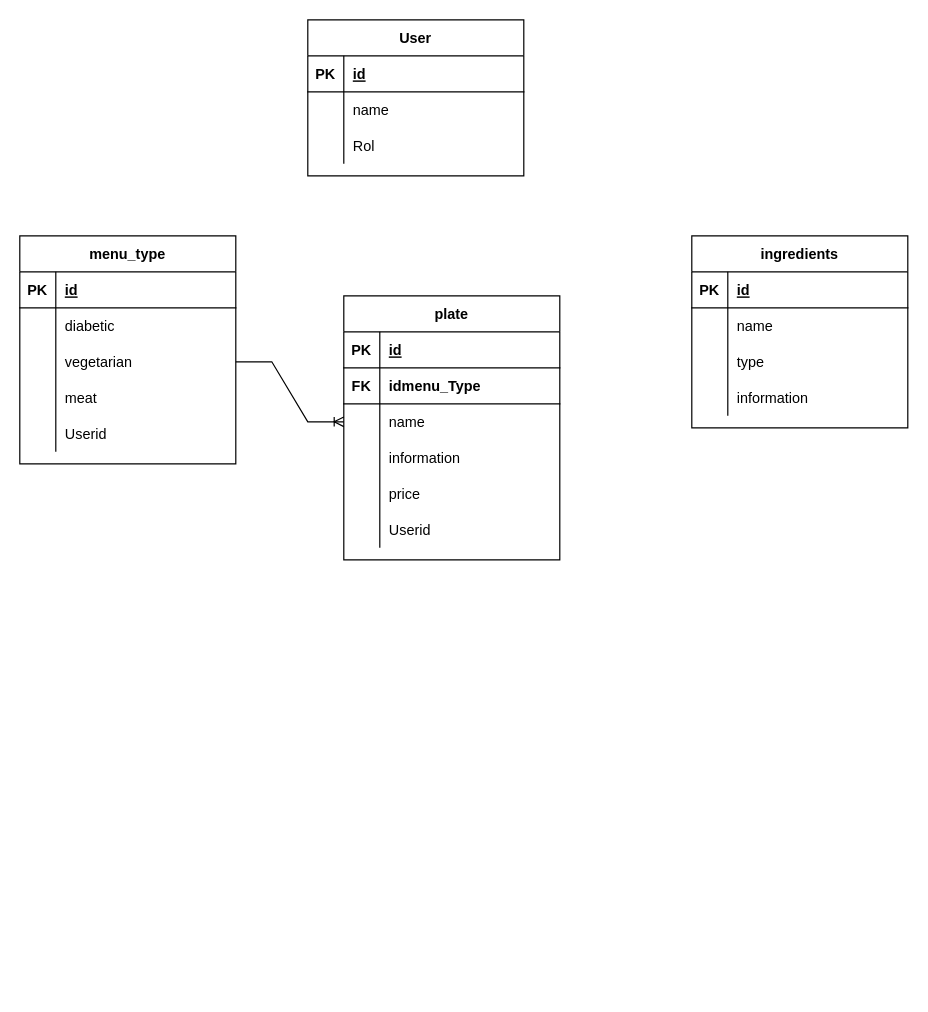
poolextremo/programaci-n-3 keeps this draw.io diagram as diagrama/Untitled Diagram.drawio. Above is the earlier version. Source tidied: cells renumbered, new cells numbered last; positions are measured from the earlier drawing's top-left corner, leaving out a move shared by most shapes. Both pictures are drawn from the tidied source at 120%, with x=0, y=0 at pixel (19, 19).
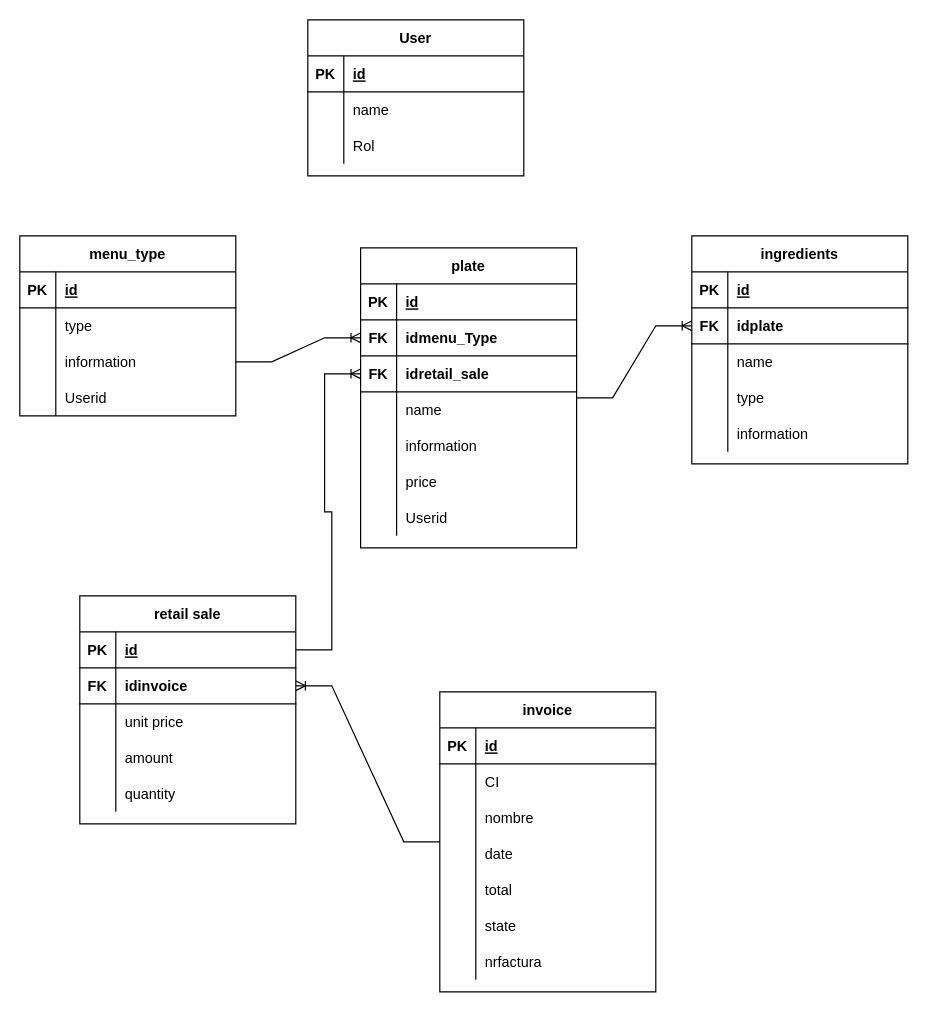
After the change.

Unchanged cells that the change refers to:
```xml
<mxCell id="16" style="shape=tableRow;horizontal=0;startSize=0;swimlaneHead=0;swimlaneBody=0;fillColor=none;top=0;left=0;right=0;bottom=0;" parent="12" vertex="1">
  <mxGeometry y="60" width="180" height="30" as="geometry" />
</mxCell>
<mxCell id="19" style="shape=tableRow;horizontal=0;startSize=0;swimlaneHead=0;swimlaneBody=0;fillColor=none;points=[[0,0.5],[1,0.5]];portConstraint=eastwest;top=0;left=0;right=0;bottom=0;" parent="12" vertex="1">
  <mxGeometry y="90" width="180" height="30" as="geometry" />
</mxCell>
<mxCell id="32" style="shape=tableRow;horizontal=0;startSize=0;swimlaneHead=0;swimlaneBody=0;fillColor=none;points=[[0,0.5],[1,0.5]];portConstraint=eastwest;top=0;left=0;right=0;bottom=1;" parent="28" vertex="1">
  <mxGeometry y="60" width="180" height="30" as="geometry" />
</mxCell>
```

The edit, as a diff of the source:
```diff
@@
     <mxCell id="12" value="menu_type" style="shape=table;startSize=30;childLayout=tableLayout;rowLines=0;fontStyle=1;align=center;" parent="1" vertex="1">
-      <mxGeometry y="180" width="180" height="190" as="geometry" />
+      <mxGeometry y="180" width="180" height="150" as="geometry" />
     </mxCell>
@@
-    <mxCell id="18" value="diabetic" style="shape=partialRectangle;fillColor=none;top=0;left=0;bottom=0;right=0;align=left;spacingLeft=6;overflow=hidden;" parent="16" vertex="1">
+    <mxCell id="18" value="type" style="shape=partialRectangle;fillColor=none;top=0;left=0;bottom=0;right=0;align=left;spacingLeft=6;overflow=hidden;" parent="16" vertex="1">
       <mxGeometry x="30" width="150" height="30" as="geometry" />
     </mxCell>
@@
-    <mxCell id="21" value="vegetarian" style="shape=partialRectangle;fillColor=none;top=0;left=0;bottom=0;right=0;align=left;spacingLeft=6;overflow=hidden;" parent="19" vertex="1">
+    <mxCell id="21" value="information" style="shape=partialRectangle;fillColor=none;top=0;left=0;bottom=0;right=0;align=left;spacingLeft=6;overflow=hidden;" parent="19" vertex="1">
       <mxGeometry x="30" width="150" height="30" as="geometry" />
     </mxCell>
-    <mxCell id="22" style="shape=tableRow;horizontal=0;startSize=0;swimlaneHead=0;swimlaneBody=0;fillColor=none;top=0;left=0;right=0;bottom=0;" parent="12" vertex="1">
-      <mxGeometry y="120" width="180" height="30" as="geometry" />
-    </mxCell>
-    <mxCell id="23" style="shape=partialRectangle;fillColor=none;top=0;left=0;bottom=0;right=0;overflow=hidden;" parent="22" vertex="1">
-      <mxGeometry width="30" height="30" as="geometry" />
-    </mxCell>
-    <mxCell id="24" value="meat" style="shape=partialRectangle;fillColor=none;top=0;left=0;bottom=0;right=0;align=left;spacingLeft=6;overflow=hidden;" parent="22" vertex="1">
-      <mxGeometry x="30" width="150" height="30" as="geometry" />
-    </mxCell>
     <mxCell id="25" style="shape=tableRow;horizontal=0;startSize=0;swimlaneHead=0;swimlaneBody=0;fillColor=none;top=0;left=0;right=0;bottom=0;" parent="12" vertex="1">
-      <mxGeometry y="150" width="180" height="30" as="geometry" />
+      <mxGeometry y="120" width="180" height="30" as="geometry" />
     </mxCell>
@@
     <mxCell id="28" value="plate" style="shape=table;startSize=30;childLayout=tableLayout;rowLines=0;fontStyle=1;align=center;" parent="1" vertex="1">
-      <mxGeometry x="270" y="230" width="180" height="220" as="geometry" />
+      <mxGeometry x="284" y="190" width="180" height="250" as="geometry" />
     </mxCell>
@@
+    <mxCell id="61" style="shape=tableRow;horizontal=0;startSize=0;swimlaneHead=0;swimlaneBody=0;fillColor=none;points=[[0,0.5],[1,0.5]];portConstraint=eastwest;top=0;left=0;right=0;bottom=1;" parent="28" vertex="1">
+      <mxGeometry y="90" width="180" height="30" as="geometry" />
+    </mxCell>
+    <mxCell id="62" value="FK" style="shape=partialRectangle;fillColor=none;top=0;left=0;bottom=0;right=0;fontStyle=1;overflow=hidden;" parent="61" vertex="1">
+      <mxGeometry width="30" height="30" as="geometry" />
+    </mxCell>
+    <mxCell id="63" value="idretail_sale" style="shape=partialRectangle;fillColor=none;top=0;left=0;bottom=0;right=0;align=left;spacingLeft=6;fontStyle=1;overflow=hidden;" parent="61" vertex="1">
+      <mxGeometry x="30" width="150" height="30" as="geometry" />
+    </mxCell>
     <mxCell id="35" style="shape=tableRow;horizontal=0;startSize=0;swimlaneHead=0;swimlaneBody=0;fillColor=none;points=[[0,0.5],[1,0.5]];portConstraint=eastwest;top=0;left=0;right=0;bottom=0;" parent="28" vertex="1">
-      <mxGeometry y="90" width="180" height="30" as="geometry" />
+      <mxGeometry y="120" width="180" height="30" as="geometry" />
     </mxCell>
@@
     <mxCell id="38" style="shape=tableRow;horizontal=0;startSize=0;swimlaneHead=0;swimlaneBody=0;fillColor=none;top=0;left=0;right=0;bottom=0;" parent="28" vertex="1">
-      <mxGeometry y="120" width="180" height="30" as="geometry" />
+      <mxGeometry y="150" width="180" height="30" as="geometry" />
     </mxCell>
@@
     <mxCell id="41" style="shape=tableRow;horizontal=0;startSize=0;swimlaneHead=0;swimlaneBody=0;fillColor=none;top=0;left=0;right=0;bottom=0;" parent="28" vertex="1">
-      <mxGeometry y="150" width="180" height="30" as="geometry" />
+      <mxGeometry y="180" width="180" height="30" as="geometry" />
     </mxCell>
@@
     <mxCell id="44" style="shape=tableRow;horizontal=0;startSize=0;swimlaneHead=0;swimlaneBody=0;fillColor=none;top=0;left=0;right=0;bottom=0;" parent="28" vertex="1">
-      <mxGeometry y="180" width="180" height="30" as="geometry" />
+      <mxGeometry y="210" width="180" height="30" as="geometry" />
     </mxCell>
@@
     <mxCell id="47" value="ingredients" style="shape=table;startSize=30;childLayout=tableLayout;rowLines=0;fontStyle=1;align=center;" parent="1" vertex="1">
-      <mxGeometry x="560" y="180" width="180" height="160" as="geometry" />
+      <mxGeometry x="560" y="180" width="180" height="190" as="geometry" />
     </mxCell>
@@
+    <mxCell id="64" style="shape=tableRow;horizontal=0;startSize=0;swimlaneHead=0;swimlaneBody=0;fillColor=none;points=[[0,0.5],[1,0.5]];portConstraint=eastwest;top=0;left=0;right=0;bottom=1;" parent="47" vertex="1">
+      <mxGeometry y="60" width="180" height="30" as="geometry" />
+    </mxCell>
+    <mxCell id="65" value="FK" style="shape=partialRectangle;fillColor=none;top=0;left=0;bottom=0;right=0;fontStyle=1;overflow=hidden;" parent="64" vertex="1">
+      <mxGeometry width="30" height="30" as="geometry" />
+    </mxCell>
+    <mxCell id="66" value="idplate" style="shape=partialRectangle;fillColor=none;top=0;left=0;bottom=0;right=0;align=left;spacingLeft=6;fontStyle=1;overflow=hidden;" parent="64" vertex="1">
+      <mxGeometry x="30" width="150" height="30" as="geometry" />
+    </mxCell>
     <mxCell id="51" style="shape=tableRow;horizontal=0;startSize=0;swimlaneHead=0;swimlaneBody=0;fillColor=none;top=0;left=0;right=0;bottom=0;" parent="47" vertex="1">
-      <mxGeometry y="60" width="180" height="30" as="geometry" />
+      <mxGeometry y="90" width="180" height="30" as="geometry" />
     </mxCell>
@@
     <mxCell id="54" style="shape=tableRow;horizontal=0;startSize=0;swimlaneHead=0;swimlaneBody=0;fillColor=none;top=0;left=0;right=0;bottom=0;" parent="47" vertex="1">
-      <mxGeometry y="90" width="180" height="30" as="geometry" />
+      <mxGeometry y="120" width="180" height="30" as="geometry" />
     </mxCell>
@@
     <mxCell id="57" style="shape=tableRow;horizontal=0;startSize=0;swimlaneHead=0;swimlaneBody=0;fillColor=none;top=0;left=0;right=0;bottom=0;" parent="47" vertex="1">
-      <mxGeometry y="120" width="180" height="30" as="geometry" />
+      <mxGeometry y="150" width="180" height="30" as="geometry" />
     </mxCell>
@@
-    <mxCell id="60" style="edgeStyle=entityRelationEdgeStyle;fontSize=12;html=1;endArrow=ERoneToMany;rounded=0;exitX=1;exitY=0.5;exitDx=0;exitDy=0;entryX=0;entryY=0.5;entryDx=0;entryDy=0;" parent="1" edge="1" source="19" target="35">
+    <mxCell id="60" style="edgeStyle=entityRelationEdgeStyle;fontSize=12;html=1;endArrow=ERoneToMany;rounded=0;exitX=1;exitY=0.5;exitDx=0;exitDy=0;" parent="1" edge="1" source="19" target="32">
       <mxGeometry relative="1" as="geometry" />
     </mxCell>
+    <mxCell id="67" style="edgeStyle=entityRelationEdgeStyle;fontSize=12;html=1;endArrow=ERoneToMany;rounded=0;entryX=0;entryY=0.5;entryDx=0;entryDy=0;" parent="1" edge="1" source="28" target="64">
+      <mxGeometry relative="1" as="geometry" />
+    </mxCell>
+    <mxCell id="68" value="retail sale" style="shape=table;startSize=30;childLayout=tableLayout;rowLines=0;fontStyle=1;align=center;" parent="1" vertex="1">
+      <mxGeometry x="50" y="480" width="180" height="190" as="geometry" />
+    </mxCell>
+    <mxCell id="69" style="shape=tableRow;horizontal=0;startSize=0;swimlaneHead=0;swimlaneBody=0;fillColor=none;points=[[0,0.5],[1,0.5]];portConstraint=eastwest;top=0;left=0;right=0;bottom=1;" parent="68" vertex="1">
+      <mxGeometry y="30" width="180" height="30" as="geometry" />
+    </mxCell>
+    <mxCell id="70" value="PK" style="shape=partialRectangle;fillColor=none;top=0;left=0;bottom=0;right=0;fontStyle=1;overflow=hidden;" parent="69" vertex="1">
+      <mxGeometry width="30" height="30" as="geometry" />
+    </mxCell>
+    <mxCell id="71" value="id" style="shape=partialRectangle;fillColor=none;top=0;left=0;bottom=0;right=0;align=left;spacingLeft=6;fontStyle=5;overflow=hidden;" parent="69" vertex="1">
+      <mxGeometry x="30" width="150" height="30" as="geometry" />
+    </mxCell>
+    <mxCell id="72" style="shape=tableRow;horizontal=0;startSize=0;swimlaneHead=0;swimlaneBody=0;fillColor=none;points=[[0,0.5],[1,0.5]];portConstraint=eastwest;top=0;left=0;right=0;bottom=1;" parent="68" vertex="1">
+      <mxGeometry y="60" width="180" height="30" as="geometry" />
+    </mxCell>
+    <mxCell id="73" value="FK" style="shape=partialRectangle;fillColor=none;top=0;left=0;bottom=0;right=0;fontStyle=1;overflow=hidden;" parent="72" vertex="1">
+      <mxGeometry width="30" height="30" as="geometry" />
+    </mxCell>
+    <mxCell id="74" value="idinvoice" style="shape=partialRectangle;fillColor=none;top=0;left=0;bottom=0;right=0;align=left;spacingLeft=6;fontStyle=1;overflow=hidden;" parent="72" vertex="1">
+      <mxGeometry x="30" width="150" height="30" as="geometry" />
+    </mxCell>
+    <mxCell id="75" style="shape=tableRow;horizontal=0;startSize=0;swimlaneHead=0;swimlaneBody=0;fillColor=none;top=0;left=0;right=0;bottom=0;" parent="68" vertex="1">
+      <mxGeometry y="90" width="180" height="30" as="geometry" />
+    </mxCell>
+    <mxCell id="76" style="shape=partialRectangle;fillColor=none;top=0;left=0;bottom=0;right=0;overflow=hidden;" parent="75" vertex="1">
+      <mxGeometry width="30" height="30" as="geometry" />
+    </mxCell>
+    <mxCell id="77" value="unit price" style="shape=partialRectangle;fillColor=none;top=0;left=0;bottom=0;right=0;align=left;spacingLeft=6;overflow=hidden;" parent="75" vertex="1">
+      <mxGeometry x="30" width="150" height="30" as="geometry" />
+    </mxCell>
+    <mxCell id="78" style="shape=tableRow;horizontal=0;startSize=0;swimlaneHead=0;swimlaneBody=0;fillColor=none;top=0;left=0;right=0;bottom=0;" parent="68" vertex="1">
+      <mxGeometry y="120" width="180" height="30" as="geometry" />
+    </mxCell>
+    <mxCell id="79" style="shape=partialRectangle;fillColor=none;top=0;left=0;bottom=0;right=0;overflow=hidden;" parent="78" vertex="1">
+      <mxGeometry width="30" height="30" as="geometry" />
+    </mxCell>
+    <mxCell id="80" value="amount" style="shape=partialRectangle;fillColor=none;top=0;left=0;bottom=0;right=0;align=left;spacingLeft=6;overflow=hidden;" parent="78" vertex="1">
+      <mxGeometry x="30" width="150" height="30" as="geometry" />
+    </mxCell>
+    <mxCell id="81" style="shape=tableRow;horizontal=0;startSize=0;swimlaneHead=0;swimlaneBody=0;fillColor=none;top=0;left=0;right=0;bottom=0;" parent="68" vertex="1">
+      <mxGeometry y="150" width="180" height="30" as="geometry" />
+    </mxCell>
+    <mxCell id="82" style="shape=partialRectangle;fillColor=none;top=0;left=0;bottom=0;right=0;overflow=hidden;" parent="81" vertex="1">
+      <mxGeometry width="30" height="30" as="geometry" />
+    </mxCell>
+    <mxCell id="83" value="quantity" style="shape=partialRectangle;fillColor=none;top=0;left=0;bottom=0;right=0;align=left;spacingLeft=6;overflow=hidden;" parent="81" vertex="1">
+      <mxGeometry x="30" width="150" height="30" as="geometry" />
+    </mxCell>
+    <mxCell id="84" style="edgeStyle=entityRelationEdgeStyle;fontSize=12;html=1;endArrow=ERoneToMany;rounded=0;" parent="1" edge="1" source="69" target="61">
+      <mxGeometry relative="1" as="geometry" />
+    </mxCell>
+    <mxCell id="85" value="invoice" style="shape=table;startSize=30;childLayout=tableLayout;rowLines=0;fontStyle=1;align=center;" parent="1" vertex="1">
+      <mxGeometry x="350" y="560" width="180" height="250" as="geometry" />
+    </mxCell>
+    <mxCell id="86" style="shape=tableRow;horizontal=0;startSize=0;swimlaneHead=0;swimlaneBody=0;fillColor=none;top=0;left=0;right=0;bottom=1;" parent="85" vertex="1">
+      <mxGeometry y="30" width="180" height="30" as="geometry" />
+    </mxCell>
+    <mxCell id="87" value="PK" style="shape=partialRectangle;fillColor=none;top=0;left=0;bottom=0;right=0;fontStyle=1;overflow=hidden;" parent="86" vertex="1">
+      <mxGeometry width="30" height="30" as="geometry" />
+    </mxCell>
+    <mxCell id="88" value="id" style="shape=partialRectangle;fillColor=none;top=0;left=0;bottom=0;right=0;align=left;spacingLeft=6;fontStyle=5;overflow=hidden;" parent="86" vertex="1">
+      <mxGeometry x="30" width="150" height="30" as="geometry" />
+    </mxCell>
+    <mxCell id="89" style="shape=tableRow;horizontal=0;startSize=0;swimlaneHead=0;swimlaneBody=0;fillColor=none;top=0;left=0;right=0;bottom=0;" parent="85" vertex="1">
+      <mxGeometry y="60" width="180" height="30" as="geometry" />
+    </mxCell>
+    <mxCell id="90" style="shape=partialRectangle;fillColor=none;top=0;left=0;bottom=0;right=0;overflow=hidden;" parent="89" vertex="1">
+      <mxGeometry width="30" height="30" as="geometry" />
+    </mxCell>
+    <mxCell id="91" value="CI" style="shape=partialRectangle;fillColor=none;top=0;left=0;bottom=0;right=0;align=left;spacingLeft=6;overflow=hidden;" parent="89" vertex="1">
+      <mxGeometry x="30" width="150" height="30" as="geometry" />
+    </mxCell>
+    <mxCell id="92" style="shape=tableRow;horizontal=0;startSize=0;swimlaneHead=0;swimlaneBody=0;fillColor=none;top=0;left=0;right=0;bottom=0;" parent="85" vertex="1">
+      <mxGeometry y="90" width="180" height="30" as="geometry" />
+    </mxCell>
+    <mxCell id="93" style="shape=partialRectangle;fillColor=none;top=0;left=0;bottom=0;right=0;overflow=hidden;" parent="92" vertex="1">
+      <mxGeometry width="30" height="30" as="geometry" />
+    </mxCell>
+    <mxCell id="94" value="nombre" style="shape=partialRectangle;fillColor=none;top=0;left=0;bottom=0;right=0;align=left;spacingLeft=6;overflow=hidden;" parent="92" vertex="1">
+      <mxGeometry x="30" width="150" height="30" as="geometry" />
+    </mxCell>
+    <mxCell id="95" style="shape=tableRow;horizontal=0;startSize=0;swimlaneHead=0;swimlaneBody=0;fillColor=none;top=0;left=0;right=0;bottom=0;" parent="85" vertex="1">
+      <mxGeometry y="120" width="180" height="30" as="geometry" />
+    </mxCell>
+    <mxCell id="96" style="shape=partialRectangle;fillColor=none;top=0;left=0;bottom=0;right=0;overflow=hidden;" parent="95" vertex="1">
+      <mxGeometry width="30" height="30" as="geometry" />
+    </mxCell>
+    <mxCell id="97" value="date" style="shape=partialRectangle;fillColor=none;top=0;left=0;bottom=0;right=0;align=left;spacingLeft=6;overflow=hidden;" parent="95" vertex="1">
+      <mxGeometry x="30" width="150" height="30" as="geometry" />
+    </mxCell>
+    <mxCell id="98" style="shape=tableRow;horizontal=0;startSize=0;swimlaneHead=0;swimlaneBody=0;fillColor=none;top=0;left=0;right=0;bottom=0;" parent="85" vertex="1">
+      <mxGeometry y="150" width="180" height="30" as="geometry" />
+    </mxCell>
+    <mxCell id="99" style="shape=partialRectangle;fillColor=none;top=0;left=0;bottom=0;right=0;overflow=hidden;" parent="98" vertex="1">
+      <mxGeometry width="30" height="30" as="geometry" />
+    </mxCell>
+    <mxCell id="100" value="total" style="shape=partialRectangle;fillColor=none;top=0;left=0;bottom=0;right=0;align=left;spacingLeft=6;overflow=hidden;" parent="98" vertex="1">
+      <mxGeometry x="30" width="150" height="30" as="geometry" />
+    </mxCell>
+    <mxCell id="101" style="shape=tableRow;horizontal=0;startSize=0;swimlaneHead=0;swimlaneBody=0;fillColor=none;top=0;left=0;right=0;bottom=0;" parent="85" vertex="1">
+      <mxGeometry y="180" width="180" height="30" as="geometry" />
+    </mxCell>
+    <mxCell id="102" style="shape=partialRectangle;fillColor=none;top=0;left=0;bottom=0;right=0;overflow=hidden;" parent="101" vertex="1">
+      <mxGeometry width="30" height="30" as="geometry" />
+    </mxCell>
+    <mxCell id="103" value="state" style="shape=partialRectangle;fillColor=none;top=0;left=0;bottom=0;right=0;align=left;spacingLeft=6;overflow=hidden;" parent="101" vertex="1">
+      <mxGeometry x="30" width="150" height="30" as="geometry" />
+    </mxCell>
+    <mxCell id="104" style="shape=tableRow;horizontal=0;startSize=0;swimlaneHead=0;swimlaneBody=0;fillColor=none;top=0;left=0;right=0;bottom=0;" parent="85" vertex="1">
+      <mxGeometry y="210" width="180" height="30" as="geometry" />
+    </mxCell>
+    <mxCell id="105" style="shape=partialRectangle;fillColor=none;top=0;left=0;bottom=0;right=0;overflow=hidden;" parent="104" vertex="1">
+      <mxGeometry width="30" height="30" as="geometry" />
+    </mxCell>
+    <mxCell id="106" value="nrfactura" style="shape=partialRectangle;fillColor=none;top=0;left=0;bottom=0;right=0;align=left;spacingLeft=6;overflow=hidden;" parent="104" vertex="1">
+      <mxGeometry x="30" width="150" height="30" as="geometry" />
+    </mxCell>
+    <mxCell id="107" style="edgeStyle=entityRelationEdgeStyle;fontSize=12;html=1;endArrow=ERoneToMany;rounded=0;" parent="1" edge="1" source="85" target="72">
+      <mxGeometry relative="1" as="geometry" />
+    </mxCell>
```
